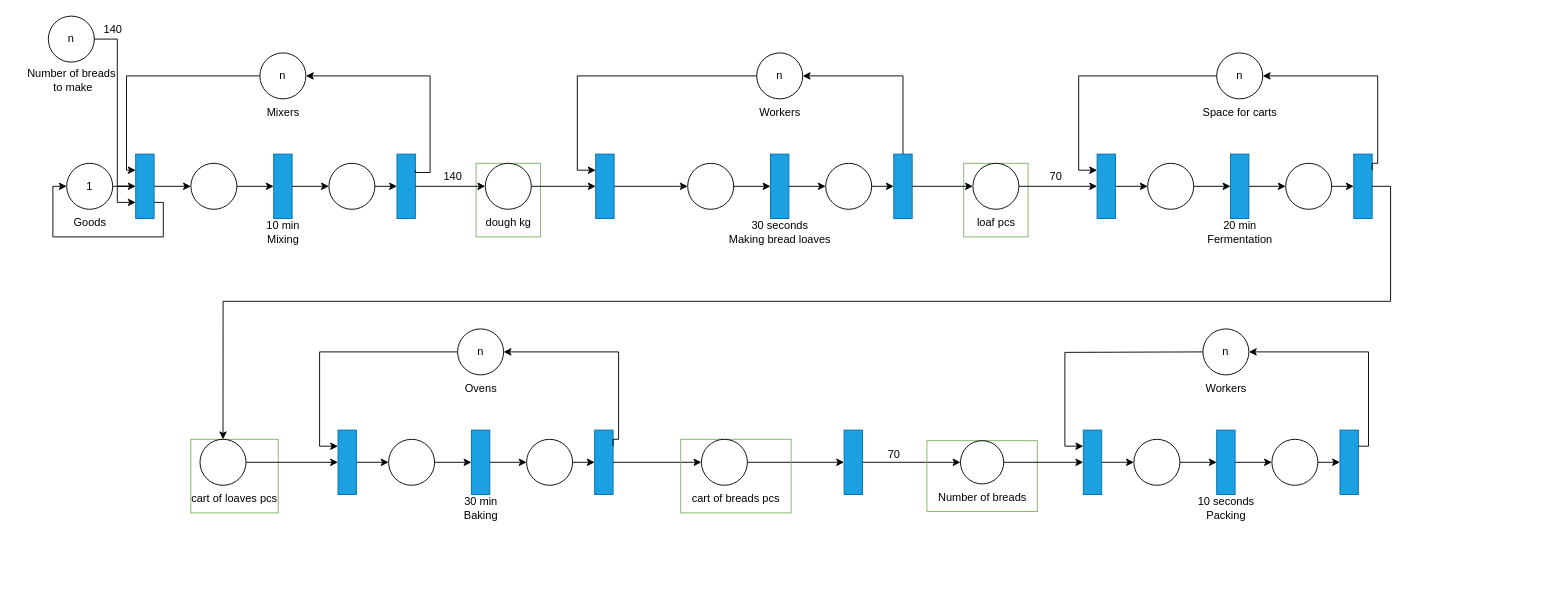
The draw.io diagram model/pastry_production_model.drawio in zdeneklapes/ims-project, before the edit. Source tidied: cells renumbered, new cells numbered last; positions are measured from the earlier drawing's top-left corner, leaving out a move shared by most shapes. Both pictures are drawn from the tidied source at 92%, with x=0, y=0 at pixel (16, 16).
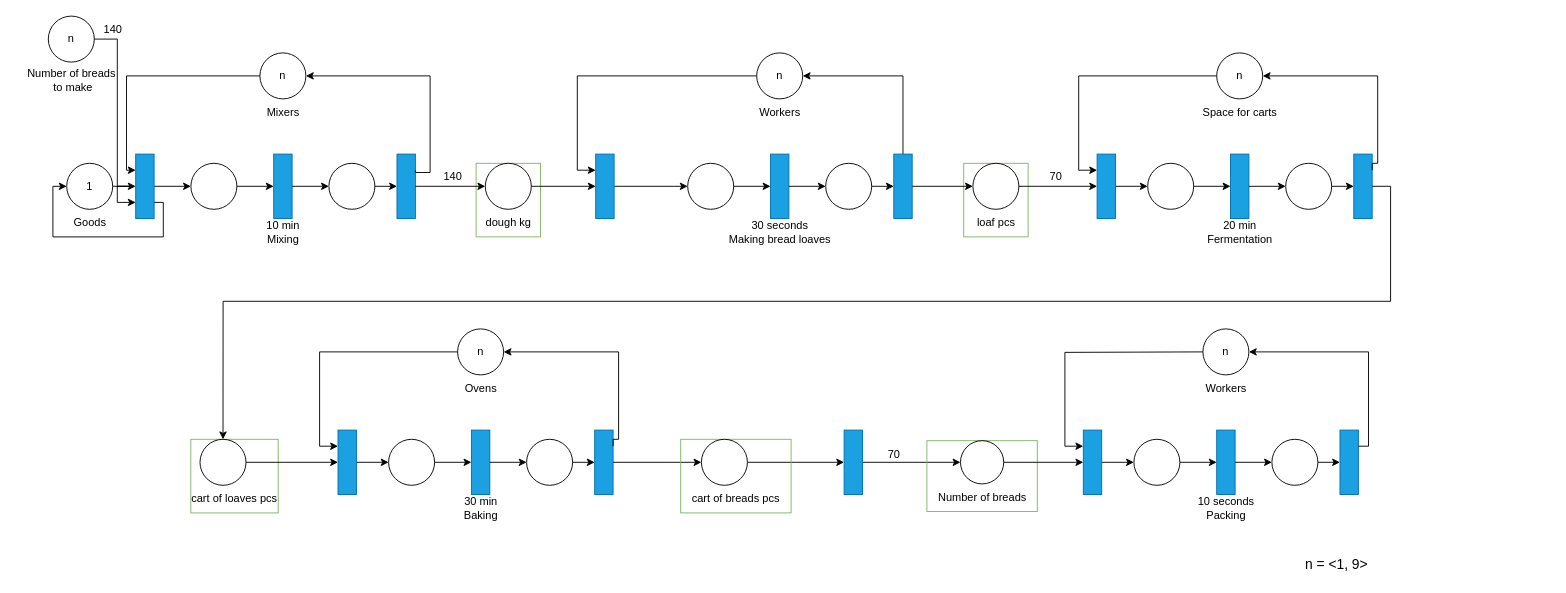
The same page after the edit.

Change to the diagram source:
```diff
@@
+    <mxCell id="140" value="&lt;font style=&quot;font-size: 15px;&quot;&gt;n = &amp;lt;1, 9&amp;gt;&lt;/font&gt;" style="text;html=1;align=center;verticalAlign=middle;strokeColor=none;fillColor=none;" parent="1" vertex="1">
+      <mxGeometry x="1390" y="580" width="90" height="30" as="geometry" />
+    </mxCell>
```
